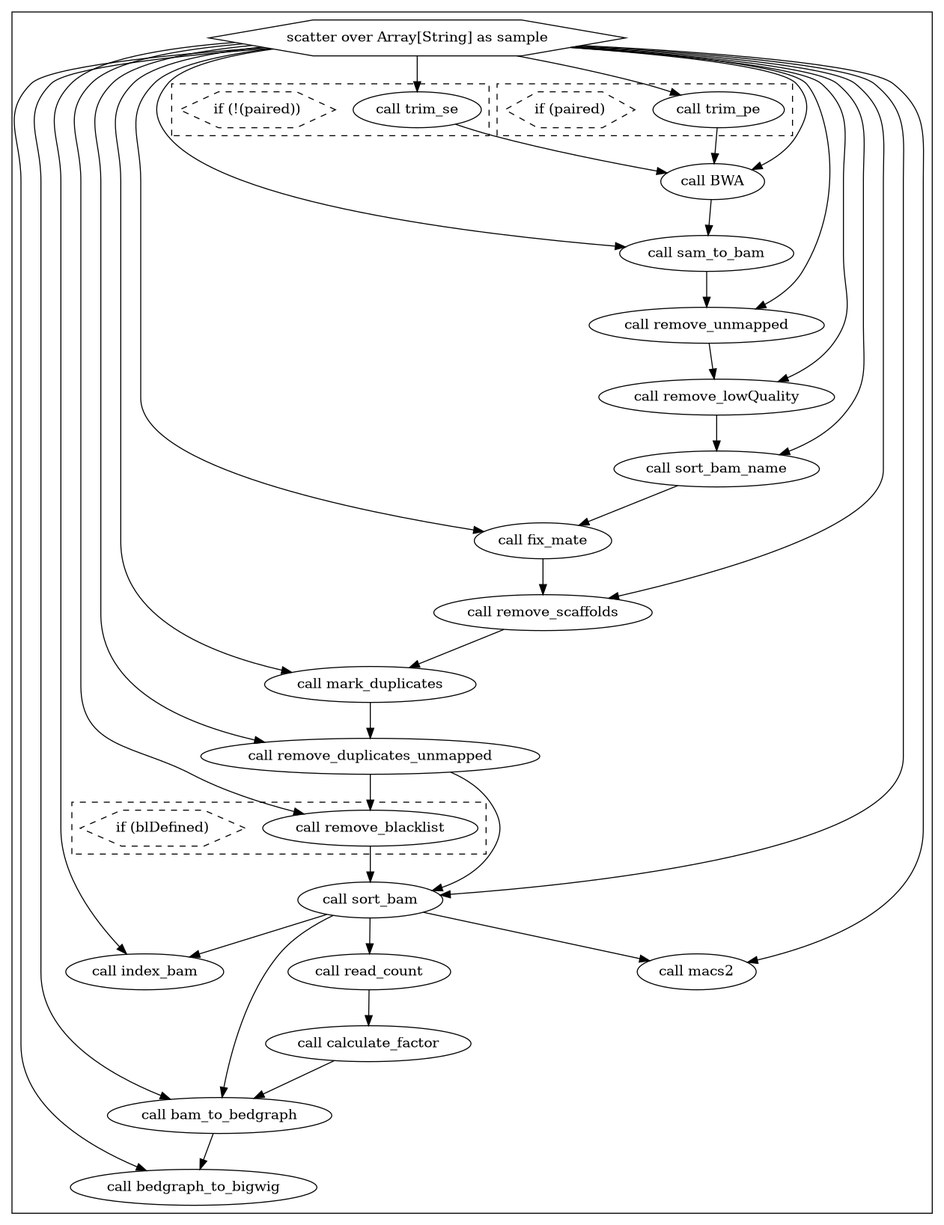
The Graphviz diagram workflows/chip_seq/chipseq.png in faryabiLab/dockerize-workflows, before a commit. Its source is kept beside it as workflows/chip_seq/chipseq.dot. Its diagram source:
```dot
digraph ChIPseq {
  #rankdir=LR;
  compound=true;

  # Links
  CALL_read_count -> CALL_calculate_factor
  SCATTER_0_VARIABLE_sample -> CALL_BWA
  SCATTER_0_VARIABLE_sample -> CALL_bedgraph_to_bigwig
  CALL_sam_to_bam -> CALL_remove_unmapped
  SCATTER_0_VARIABLE_sample -> CALL_trim_se
  CALL_sort_bam -> CALL_index_bam
  SCATTER_0_VARIABLE_sample -> CALL_remove_blacklist
  CALL_remove_scaffolds -> CALL_mark_duplicates
  SCATTER_0_VARIABLE_sample -> CALL_fix_mate
  CALL_trim_se -> CALL_BWA
  SCATTER_0_VARIABLE_sample -> CALL_sort_bam_name
  CALL_calculate_factor -> CALL_bam_to_bedgraph
  CALL_mark_duplicates -> CALL_remove_duplicates_unmapped
  CALL_sort_bam_name -> CALL_fix_mate
  CALL_BWA -> CALL_sam_to_bam
  CALL_remove_unmapped -> CALL_remove_lowQuality
  CALL_sort_bam -> CALL_macs2
  SCATTER_0_VARIABLE_sample -> CALL_remove_duplicates_unmapped
  CALL_bam_to_bedgraph -> CALL_bedgraph_to_bigwig
  CALL_sort_bam -> CALL_read_count
  SCATTER_0_VARIABLE_sample -> CALL_macs2
  SCATTER_0_VARIABLE_sample -> CALL_sort_bam
  SCATTER_0_VARIABLE_sample -> CALL_remove_unmapped
  CALL_remove_lowQuality -> CALL_sort_bam_name
  CALL_remove_duplicates_unmapped -> CALL_sort_bam
  SCATTER_0_VARIABLE_sample -> CALL_remove_scaffolds
  SCATTER_0_VARIABLE_sample -> CALL_mark_duplicates
  SCATTER_0_VARIABLE_sample -> CALL_bam_to_bedgraph
  CALL_remove_duplicates_unmapped -> CALL_remove_blacklist
  SCATTER_0_VARIABLE_sample -> CALL_index_bam
  SCATTER_0_VARIABLE_sample -> CALL_remove_lowQuality
  SCATTER_0_VARIABLE_sample -> CALL_trim_pe
  CALL_sort_bam -> CALL_bam_to_bedgraph
  CALL_trim_pe -> CALL_BWA
  CALL_fix_mate -> CALL_remove_scaffolds
  SCATTER_0_VARIABLE_sample -> CALL_sam_to_bam
  CALL_remove_blacklist -> CALL_sort_bam

  # Nodes
  subgraph cluster_0 {
    style="filled,solid";
    fillcolor=white;
    CALL_sort_bam_name [label="call sort_bam_name"]
    SCATTER_0_VARIABLE_sample [shape="hexagon" label="scatter over Array[String] as sample"]
    CALL_sam_to_bam [label="call sam_to_bam"]
    subgraph cluster_1 {
      style="filled,dashed";
      fillcolor=white;
      CALL_trim_se [label="call trim_se"]
      CONDITIONAL_1_EXPRESSION [shape="hexagon" label="if (!(paired))" style="dashed" ]
    }
    CALL_remove_lowQuality [label="call remove_lowQuality"]
    CALL_BWA [label="call BWA"]
    CALL_calculate_factor [label="call calculate_factor"]
    CALL_fix_mate [label="call fix_mate"]
    CALL_remove_duplicates_unmapped [label="call remove_duplicates_unmapped"]
    CALL_remove_scaffolds [label="call remove_scaffolds"]
    CALL_sort_bam [label="call sort_bam"]
    CALL_macs2 [label="call macs2"]
    CALL_mark_duplicates [label="call mark_duplicates"]
    subgraph cluster_2 {
      style="filled,dashed";
      fillcolor=white;
      CALL_trim_pe [label="call trim_pe"]
      CONDITIONAL_2_EXPRESSION [shape="hexagon" label="if (paired)" style="dashed" ]
    }
    CALL_bam_to_bedgraph [label="call bam_to_bedgraph"]
    CALL_remove_unmapped [label="call remove_unmapped"]
    CALL_index_bam [label="call index_bam"]
    CALL_read_count [label="call read_count"]
    CALL_bedgraph_to_bigwig [label="call bedgraph_to_bigwig"]
    subgraph cluster_3 {
      style="filled,dashed";
      fillcolor=white;
      CALL_remove_blacklist [label="call remove_blacklist"]
      CONDITIONAL_3_EXPRESSION [shape="hexagon" label="if (blDefined)" style="dashed" ]
    }
  }
}
```
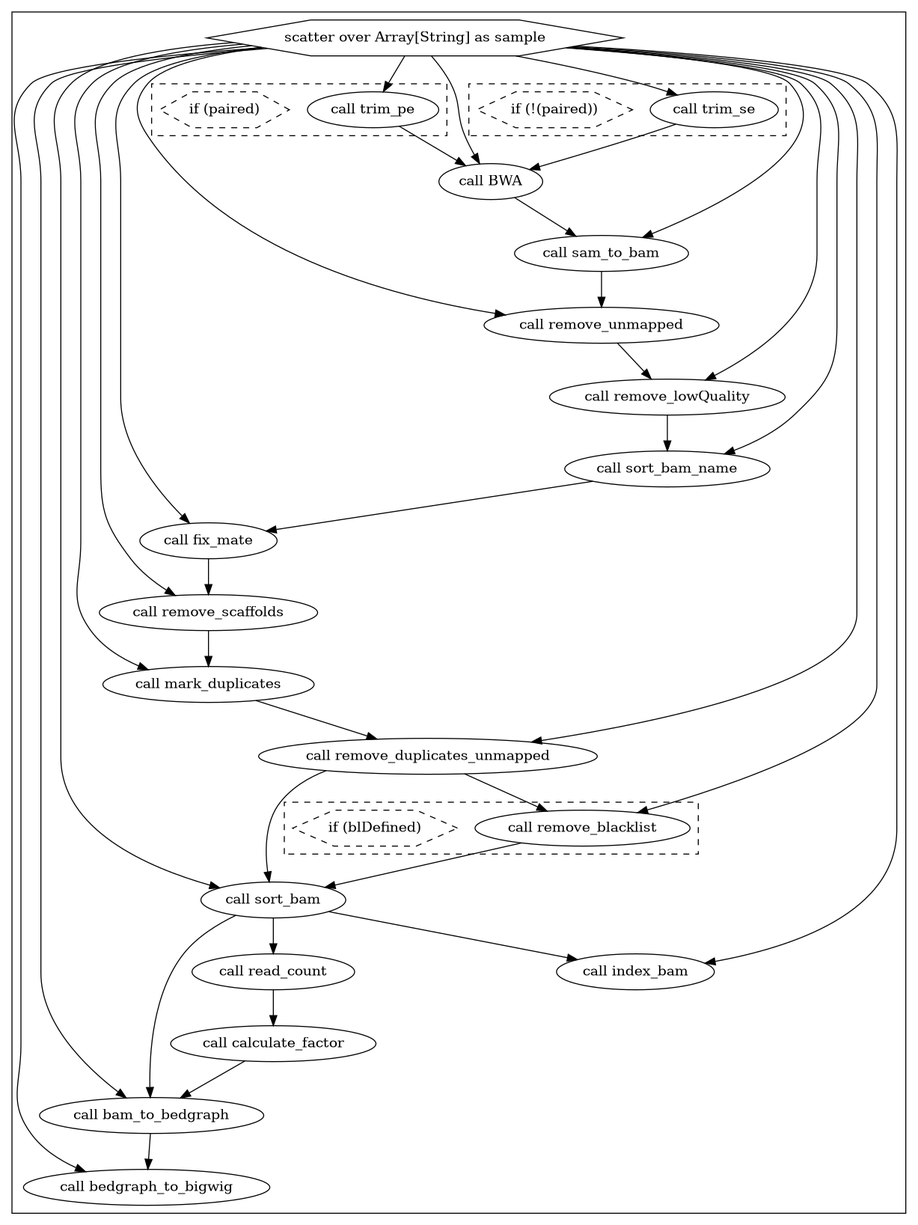
Above is the later version.

Commit message:
Auto-update WDL workflow graphs

Diff of the diagram source:
```diff
@@ -3,6 +3,7 @@
   compound=true;
 
   # Links
+  SCATTER_0_VARIABLE_sample -> CALL_remove_duplicates_unmapped
   CALL_read_count -> CALL_calculate_factor
   SCATTER_0_VARIABLE_sample -> CALL_BWA
   SCATTER_0_VARIABLE_sample -> CALL_bedgraph_to_bigwig
@@ -19,11 +20,8 @@
   CALL_sort_bam_name -> CALL_fix_mate
   CALL_BWA -> CALL_sam_to_bam
   CALL_remove_unmapped -> CALL_remove_lowQuality
-  CALL_sort_bam -> CALL_macs2
-  SCATTER_0_VARIABLE_sample -> CALL_remove_duplicates_unmapped
   CALL_bam_to_bedgraph -> CALL_bedgraph_to_bigwig
   CALL_sort_bam -> CALL_read_count
-  SCATTER_0_VARIABLE_sample -> CALL_macs2
   SCATTER_0_VARIABLE_sample -> CALL_sort_bam
   SCATTER_0_VARIABLE_sample -> CALL_remove_unmapped
   CALL_remove_lowQuality -> CALL_sort_bam_name
@@ -61,7 +59,6 @@
     CALL_remove_duplicates_unmapped [label="call remove_duplicates_unmapped"]
     CALL_remove_scaffolds [label="call remove_scaffolds"]
     CALL_sort_bam [label="call sort_bam"]
-    CALL_macs2 [label="call macs2"]
     CALL_mark_duplicates [label="call mark_duplicates"]
     subgraph cluster_2 {
       style="filled,dashed";
```
